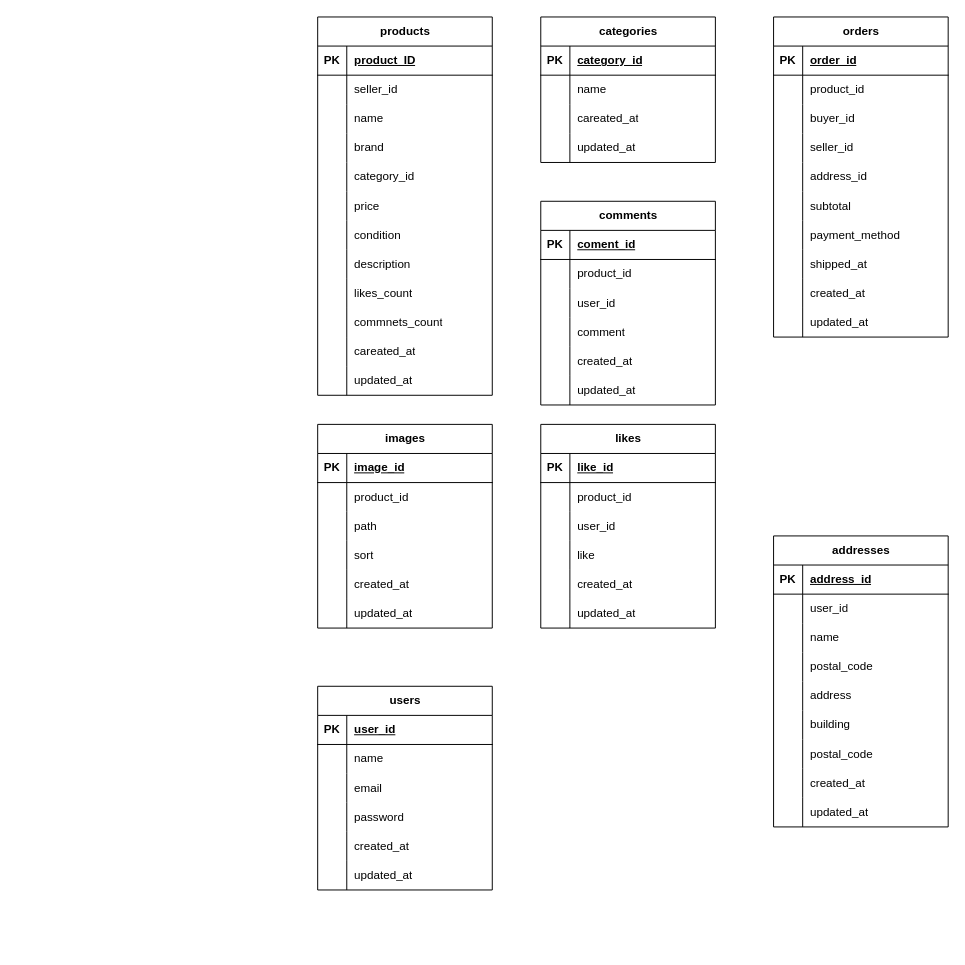
Above: free-market_coachtech.drawio in yoichi-hashimoto/COACHTECH_free-market (draw.io), before the change. Source tidied: cells renumbered, new cells numbered last; positions are measured from the earlier drawing's top-left corner, leaving out a move shared by most shapes. Both pictures are drawn from the tidied source at 97%, with x=0, y=0 at pixel (317, 16).
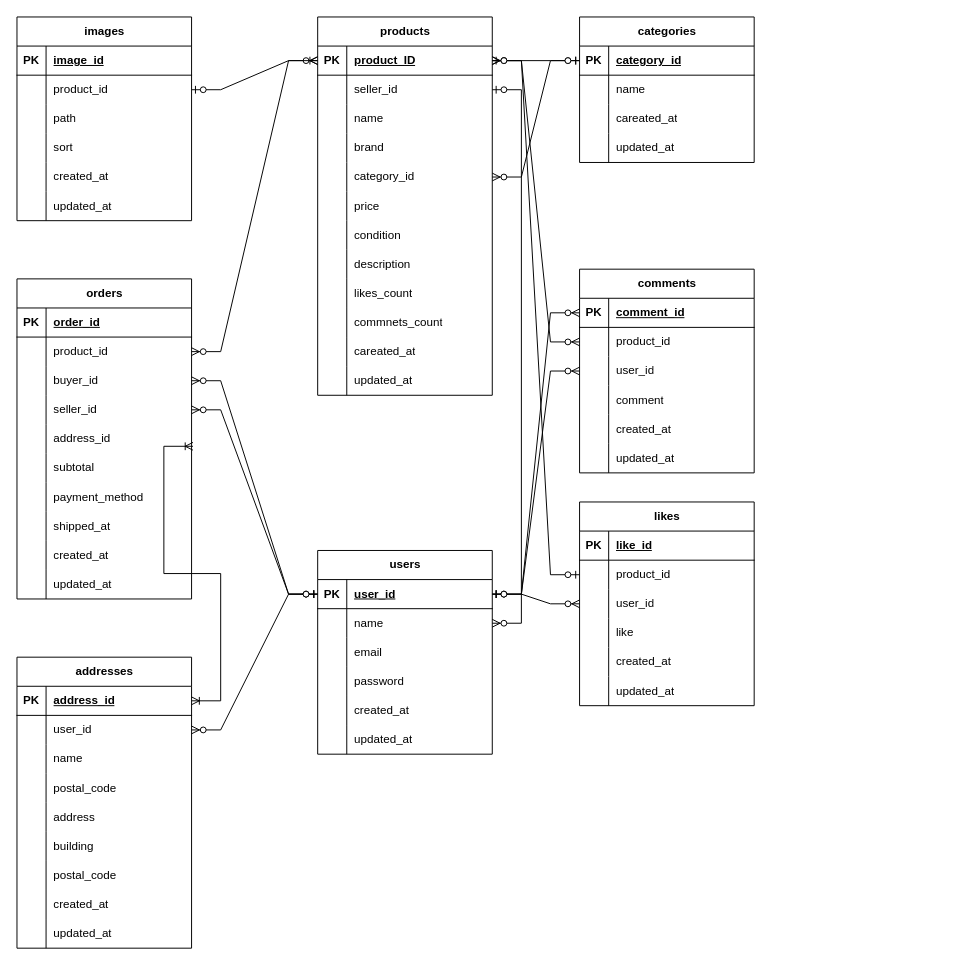
Above is the later version.

Commit message (it also covers changes not shown here):
free-market_coachtech.drawio を更新します

The change refers to these unchanged cells:
```xml
<mxCell id="3" style="shape=tableRow;horizontal=0;startSize=0;swimlaneHead=0;swimlaneBody=0;fillColor=none;points=[[0,0.5],[1,0.5]];portConstraint=eastwest;top=0;left=0;right=0;bottom=1;" parent="2" vertex="1">
  <mxGeometry y="30" width="180" height="30" as="geometry" />
</mxCell>
<mxCell id="6" style="shape=tableRow;horizontal=0;startSize=0;swimlaneHead=0;swimlaneBody=0;fillColor=none;points=[[0,0.5],[1,0.5]];portConstraint=eastwest;top=0;left=0;right=0;bottom=0;" parent="2" vertex="1">
  <mxGeometry y="60" width="180" height="30" as="geometry" />
</mxCell>
<mxCell id="15" style="shape=tableRow;horizontal=0;startSize=0;swimlaneHead=0;swimlaneBody=0;fillColor=none;points=[[0,0.5],[1,0.5]];portConstraint=eastwest;top=0;left=0;right=0;bottom=0;" parent="2" vertex="1">
  <mxGeometry y="150" width="180" height="30" as="geometry" />
</mxCell>
<mxCell id="40" style="shape=tableRow;horizontal=0;startSize=0;swimlaneHead=0;swimlaneBody=0;fillColor=none;points=[[0,0.5],[1,0.5]];portConstraint=eastwest;top=0;left=0;right=0;bottom=1;" parent="39" vertex="1">
  <mxGeometry y="30" width="180" height="30" as="geometry" />
</mxCell>
<mxCell id="56" style="shape=tableRow;horizontal=0;startSize=0;swimlaneHead=0;swimlaneBody=0;fillColor=none;points=[[0,0.5],[1,0.5]];portConstraint=eastwest;top=0;left=0;right=0;bottom=0;" parent="52" vertex="1">
  <mxGeometry y="60" width="180" height="30" as="geometry" />
</mxCell>
<mxCell id="59" style="shape=tableRow;horizontal=0;startSize=0;swimlaneHead=0;swimlaneBody=0;fillColor=none;points=[[0,0.5],[1,0.5]];portConstraint=eastwest;top=0;left=0;right=0;bottom=0;" parent="52" vertex="1">
  <mxGeometry y="90" width="180" height="30" as="geometry" />
</mxCell>
<mxCell id="62" style="shape=tableRow;horizontal=0;startSize=0;swimlaneHead=0;swimlaneBody=0;fillColor=none;points=[[0,0.5],[1,0.5]];portConstraint=eastwest;top=0;left=0;right=0;bottom=0;" parent="52" vertex="1">
  <mxGeometry y="120" width="180" height="30" as="geometry" />
</mxCell>
<mxCell id="65" style="shape=tableRow;horizontal=0;startSize=0;swimlaneHead=0;swimlaneBody=0;fillColor=none;points=[[0,0.5],[1,0.5]];portConstraint=eastwest;top=0;left=0;right=0;bottom=0;" parent="52" vertex="1">
  <mxGeometry y="150" width="180" height="30" as="geometry" />
</mxCell>
<mxCell id="84" style="shape=tableRow;horizontal=0;startSize=0;swimlaneHead=0;swimlaneBody=0;fillColor=none;points=[[0,0.5],[1,0.5]];portConstraint=eastwest;top=0;left=0;right=0;bottom=1;" parent="83" vertex="1">
  <mxGeometry y="30" width="180" height="30" as="geometry" />
</mxCell>
<mxCell id="87" style="shape=tableRow;horizontal=0;startSize=0;swimlaneHead=0;swimlaneBody=0;fillColor=none;points=[[0,0.5],[1,0.5]];portConstraint=eastwest;top=0;left=0;right=0;bottom=0;" parent="83" vertex="1">
  <mxGeometry y="60" width="180" height="30" as="geometry" />
</mxCell>
<mxCell id="90" style="shape=tableRow;horizontal=0;startSize=0;swimlaneHead=0;swimlaneBody=0;fillColor=none;points=[[0,0.5],[1,0.5]];portConstraint=eastwest;top=0;left=0;right=0;bottom=0;" parent="83" vertex="1">
  <mxGeometry y="90" width="180" height="30" as="geometry" />
</mxCell>
<mxCell id="103" style="shape=tableRow;horizontal=0;startSize=0;swimlaneHead=0;swimlaneBody=0;fillColor=none;points=[[0,0.5],[1,0.5]];portConstraint=eastwest;top=0;left=0;right=0;bottom=1;" parent="102" vertex="1">
  <mxGeometry y="30" width="180" height="30" as="geometry" />
</mxCell>
<mxCell id="106" style="shape=tableRow;horizontal=0;startSize=0;swimlaneHead=0;swimlaneBody=0;fillColor=none;points=[[0,0.5],[1,0.5]];portConstraint=eastwest;top=0;left=0;right=0;bottom=0;" parent="102" vertex="1">
  <mxGeometry y="60" width="180" height="30" as="geometry" />
</mxCell>
<mxCell id="125" style="shape=tableRow;horizontal=0;startSize=0;swimlaneHead=0;swimlaneBody=0;fillColor=none;points=[[0,0.5],[1,0.5]];portConstraint=eastwest;top=0;left=0;right=0;bottom=0;" parent="121" vertex="1">
  <mxGeometry y="60" width="180" height="30" as="geometry" />
</mxCell>
<mxCell id="128" style="shape=tableRow;horizontal=0;startSize=0;swimlaneHead=0;swimlaneBody=0;fillColor=none;points=[[0,0.5],[1,0.5]];portConstraint=eastwest;top=0;left=0;right=0;bottom=0;" parent="121" vertex="1">
  <mxGeometry y="90" width="180" height="30" as="geometry" />
</mxCell>
<mxCell id="141" style="shape=tableRow;horizontal=0;startSize=0;swimlaneHead=0;swimlaneBody=0;fillColor=none;points=[[0,0.5],[1,0.5]];portConstraint=eastwest;top=0;left=0;right=0;bottom=1;" parent="140" vertex="1">
  <mxGeometry y="30" width="180" height="30" as="geometry" />
</mxCell>
<mxCell id="144" style="shape=tableRow;horizontal=0;startSize=0;swimlaneHead=0;swimlaneBody=0;fillColor=none;points=[[0,0.5],[1,0.5]];portConstraint=eastwest;top=0;left=0;right=0;bottom=0;" parent="140" vertex="1">
  <mxGeometry y="60" width="180" height="30" as="geometry" />
</mxCell>
<mxCell id="172" style="shape=tableRow;horizontal=0;startSize=0;swimlaneHead=0;swimlaneBody=0;fillColor=none;points=[[0,0.5],[1,0.5]];portConstraint=eastwest;top=0;left=0;right=0;bottom=0;" parent="168" vertex="1">
  <mxGeometry y="60" width="180" height="30" as="geometry" />
</mxCell>
```

Diff of the diagram source:
```diff
@@
     <mxCell id="39" value="categories" style="shape=table;startSize=30;childLayout=tableLayout;rowLines=0;fontStyle=1;align=center;html=1;" parent="1" vertex="1">
-      <mxGeometry x="230" width="180" height="150" as="geometry" />
+      <mxGeometry x="270" width="180" height="150" as="geometry" />
     </mxCell>
@@
     <mxCell id="52" value="orders" style="shape=table;startSize=30;childLayout=tableLayout;rowLines=0;fontStyle=1;align=center;html=1;" parent="1" vertex="1">
-      <mxGeometry x="470" width="180" height="330" as="geometry" />
+      <mxGeometry x="-310" y="270" width="180" height="330" as="geometry" />
     </mxCell>
@@
     <mxCell id="83" value="comments" style="shape=table;startSize=30;childLayout=tableLayout;rowLines=0;fontStyle=1;align=center;html=1;" parent="1" vertex="1">
-      <mxGeometry x="230" y="190" width="180" height="210" as="geometry" />
+      <mxGeometry x="270" y="260" width="180" height="210" as="geometry" />
     </mxCell>
@@
-    <mxCell id="86" value="coment_id" style="shape=partialRectangle;fillColor=none;top=0;left=0;bottom=0;right=0;align=left;spacingLeft=6;fontStyle=5;overflow=hidden;whiteSpace=wrap;html=1;" parent="84" vertex="1">
+    <mxCell id="86" value="comment_id" style="shape=partialRectangle;fillColor=none;top=0;left=0;bottom=0;right=0;align=left;spacingLeft=6;fontStyle=5;overflow=hidden;whiteSpace=wrap;html=1;" parent="84" vertex="1">
       <mxGeometry x="30" width="150" height="30" as="geometry" />
     </mxCell>
@@
     <mxCell id="102" value="users" style="shape=table;startSize=30;childLayout=tableLayout;rowLines=0;fontStyle=1;align=center;html=1;" parent="1" vertex="1">
-      <mxGeometry y="690" width="180" height="210" as="geometry" />
+      <mxGeometry y="550" width="180" height="210" as="geometry" />
     </mxCell>
@@
     <mxCell id="121" value="likes" style="shape=table;startSize=30;childLayout=tableLayout;rowLines=0;fontStyle=1;align=center;html=1;" parent="1" vertex="1">
-      <mxGeometry x="230" y="420" width="180" height="210" as="geometry" />
+      <mxGeometry x="270" y="500" width="180" height="210" as="geometry" />
     </mxCell>
@@
     <mxCell id="140" value="addresses" style="shape=table;startSize=30;childLayout=tableLayout;rowLines=0;fontStyle=1;align=center;html=1;" parent="1" vertex="1">
-      <mxGeometry x="470" y="535" width="180" height="300" as="geometry" />
+      <mxGeometry x="-310" y="660" width="180" height="300" as="geometry" />
     </mxCell>
@@
     <mxCell id="168" value="images" style="shape=table;startSize=30;childLayout=tableLayout;rowLines=0;fontStyle=1;align=center;html=1;" parent="1" vertex="1">
-      <mxGeometry y="420" width="180" height="210" as="geometry" />
+      <mxGeometry x="-310" width="180" height="210" as="geometry" />
     </mxCell>
@@
+    <mxCell id="187" style="edgeStyle=entityRelationEdgeStyle;fontSize=12;html=1;endArrow=ERzeroToMany;startArrow=ERzeroToOne;rounded=0;entryX=0;entryY=0.5;entryDx=0;entryDy=0;exitX=1;exitY=0.5;exitDx=0;exitDy=0;" parent="1" edge="1" source="172" target="3">
+      <mxGeometry relative="1" as="geometry" />
+    </mxCell>
+    <mxCell id="188" style="edgeStyle=entityRelationEdgeStyle;fontSize=12;html=1;endArrow=ERzeroToMany;startArrow=ERzeroToOne;rounded=0;entryX=1;entryY=0.5;entryDx=0;entryDy=0;exitX=0;exitY=0.5;exitDx=0;exitDy=0;" parent="1" edge="1" source="40" target="3">
+      <mxGeometry relative="1" as="geometry" />
+    </mxCell>
+    <mxCell id="189" style="edgeStyle=entityRelationEdgeStyle;fontSize=12;html=1;endArrow=ERzeroToMany;startArrow=ERzeroToOne;rounded=0;exitX=1;exitY=0.5;exitDx=0;exitDy=0;entryX=0;entryY=0.5;entryDx=0;entryDy=0;" parent="1" edge="1" source="103" target="128">
+      <mxGeometry relative="1" as="geometry" />
+    </mxCell>
+    <mxCell id="190" style="edgeStyle=entityRelationEdgeStyle;fontSize=12;html=1;endArrow=ERzeroToMany;startArrow=ERzeroToOne;rounded=0;exitX=1;exitY=0.5;exitDx=0;exitDy=0;entryX=0;entryY=0.5;entryDx=0;entryDy=0;" parent="1" edge="1" source="103" target="84">
+      <mxGeometry relative="1" as="geometry" />
+    </mxCell>
+    <mxCell id="191" style="edgeStyle=entityRelationEdgeStyle;fontSize=12;html=1;endArrow=ERzeroToMany;startArrow=ERzeroToOne;rounded=0;exitX=0;exitY=0.5;exitDx=0;exitDy=0;entryX=1;entryY=0.5;entryDx=0;entryDy=0;" parent="1" edge="1" source="103" target="59">
+      <mxGeometry relative="1" as="geometry" />
+    </mxCell>
+    <mxCell id="192" style="edgeStyle=entityRelationEdgeStyle;fontSize=12;html=1;endArrow=ERzeroToMany;startArrow=ERzeroToOne;rounded=0;entryX=1;entryY=0.5;entryDx=0;entryDy=0;exitX=0;exitY=0.5;exitDx=0;exitDy=0;" parent="1" edge="1" source="103" target="144">
+      <mxGeometry relative="1" as="geometry" />
+    </mxCell>
+    <mxCell id="193" style="edgeStyle=entityRelationEdgeStyle;fontSize=12;html=1;endArrow=ERoneToMany;startArrow=ERoneToMany;rounded=0;entryX=1.008;entryY=0.753;entryDx=0;entryDy=0;entryPerimeter=0;" parent="1" edge="1" source="141" target="65">
+      <mxGeometry relative="1" as="geometry" />
+    </mxCell>
+    <mxCell id="194" style="edgeStyle=entityRelationEdgeStyle;fontSize=12;html=1;endArrow=ERoneToMany;startArrow=ERzeroToMany;rounded=0;exitX=1;exitY=0.5;exitDx=0;exitDy=0;entryX=0;entryY=0.5;entryDx=0;entryDy=0;" parent="1" edge="1" source="56" target="3">
+      <mxGeometry relative="1" as="geometry" />
+    </mxCell>
+    <mxCell id="195" style="edgeStyle=entityRelationEdgeStyle;fontSize=12;html=1;endArrow=ERzeroToMany;startArrow=ERzeroToOne;rounded=0;exitX=0;exitY=0.5;exitDx=0;exitDy=0;entryX=1;entryY=0.5;entryDx=0;entryDy=0;" parent="1" edge="1" source="103" target="62">
+      <mxGeometry relative="1" as="geometry" />
+    </mxCell>
+    <mxCell id="196" style="edgeStyle=entityRelationEdgeStyle;fontSize=12;html=1;endArrow=ERzeroToMany;startArrow=ERzeroToOne;rounded=0;exitX=0;exitY=0.5;exitDx=0;exitDy=0;" parent="1" edge="1" source="40" target="15">
+      <mxGeometry relative="1" as="geometry" />
+    </mxCell>
+    <mxCell id="197" style="edgeStyle=entityRelationEdgeStyle;fontSize=12;html=1;endArrow=ERzeroToMany;startArrow=ERzeroToOne;rounded=0;entryX=0;entryY=0.5;entryDx=0;entryDy=0;exitX=1;exitY=0.5;exitDx=0;exitDy=0;" parent="1" edge="1" source="3" target="87">
+      <mxGeometry relative="1" as="geometry" />
+    </mxCell>
+    <mxCell id="198" style="edgeStyle=entityRelationEdgeStyle;fontSize=12;html=1;endArrow=ERzeroToMany;startArrow=ERzeroToOne;rounded=0;entryX=1;entryY=0.5;entryDx=0;entryDy=0;exitX=1;exitY=0.5;exitDx=0;exitDy=0;" parent="1" edge="1" source="6" target="106">
+      <mxGeometry relative="1" as="geometry" />
+    </mxCell>
+    <mxCell id="199" style="edgeStyle=entityRelationEdgeStyle;fontSize=12;html=1;endArrow=ERzeroToMany;startArrow=ERzeroToOne;rounded=0;exitX=1;exitY=0.5;exitDx=0;exitDy=0;entryX=0;entryY=0.5;entryDx=0;entryDy=0;" parent="1" edge="1" source="103" target="90">
+      <mxGeometry relative="1" as="geometry" />
+    </mxCell>
+    <mxCell id="200" style="edgeStyle=entityRelationEdgeStyle;fontSize=12;html=1;endArrow=ERzeroToMany;startArrow=ERzeroToOne;rounded=0;exitX=0;exitY=0.5;exitDx=0;exitDy=0;" parent="1" edge="1" source="125" target="3">
+      <mxGeometry relative="1" as="geometry" />
+    </mxCell>
```
